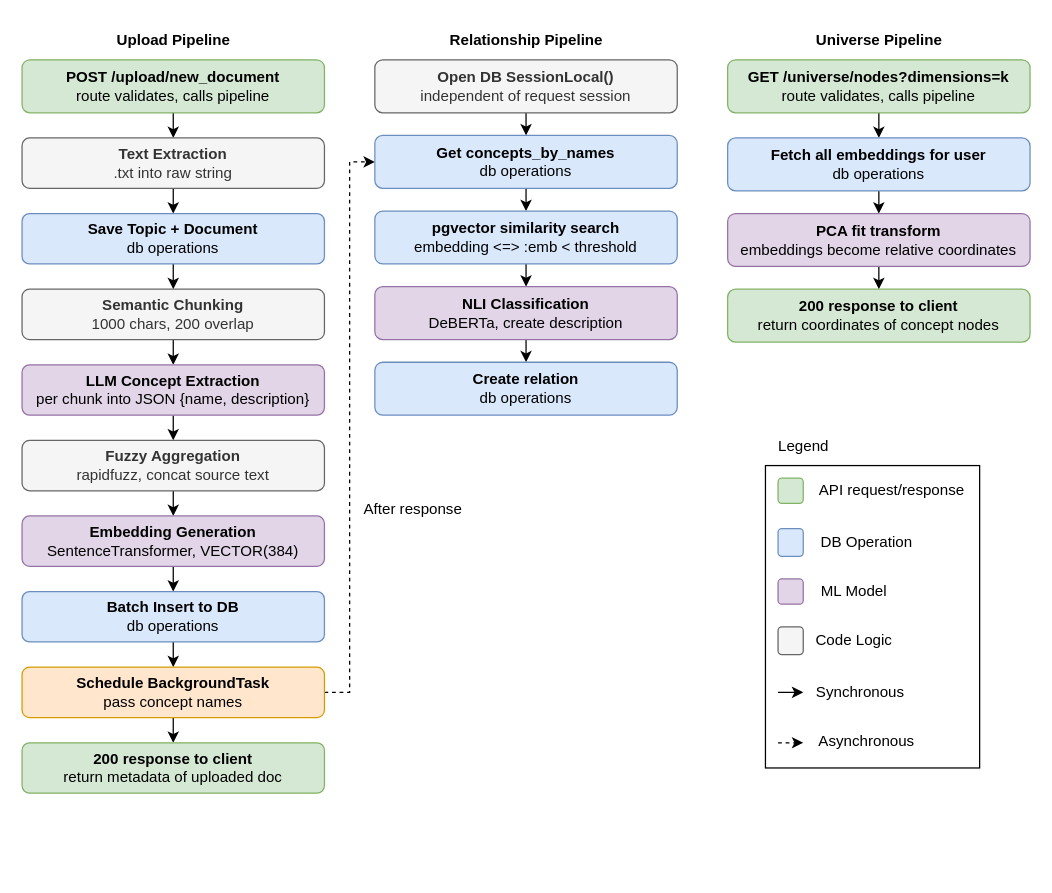
Before: misc/Backend Pipeline.drawio in gerardlke/Project-Onion, a draw.io diagram. Source tidied: cells renumbered, new cells numbered last; positions are measured from the earlier drawing's top-left corner, leaving out a move shared by most shapes. Both pictures are drawn from the tidied source at 126%, with x=0, y=0 at pixel (21, 21).
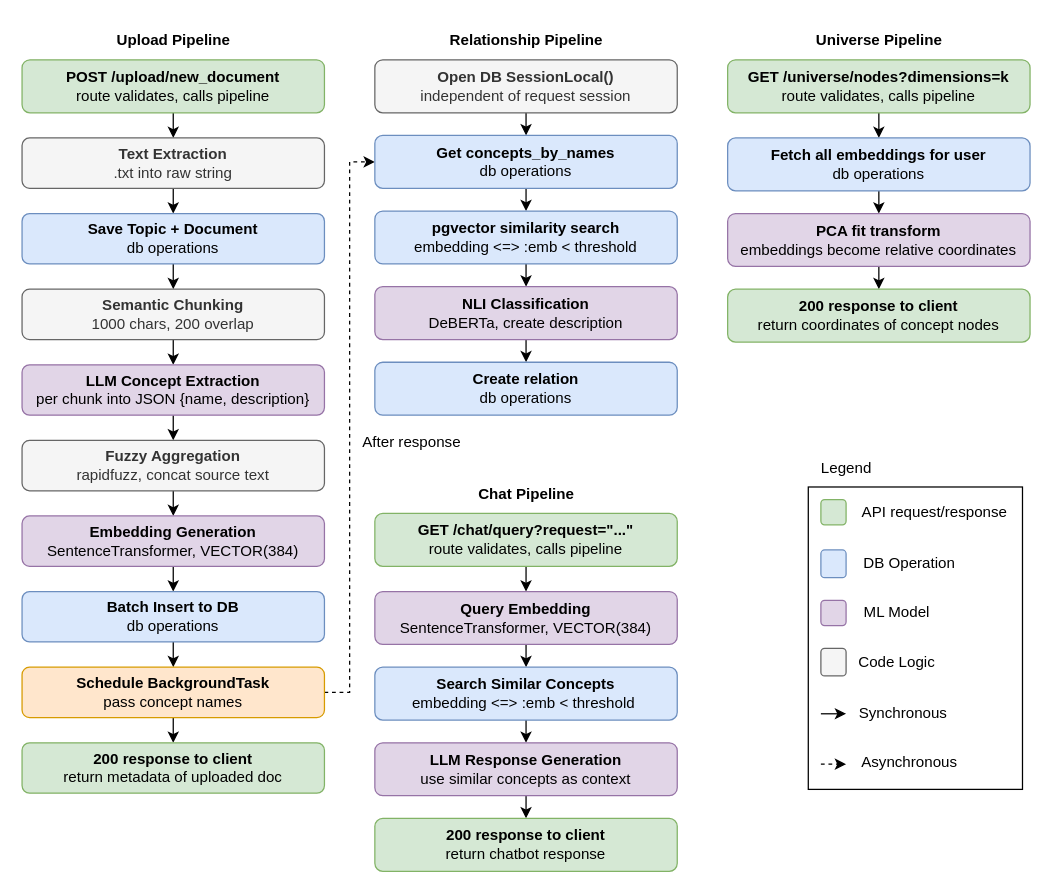
The same page after the edit.

Change to the diagram source:
```diff
@@
     <mxCell id="41" value="After response" style="text;html=1;align=center;verticalAlign=middle;strokeColor=none;fillColor=none;" parent="1" vertex="1">
-      <mxGeometry x="260" y="372" width="100" height="30" as="geometry" />
+      <mxGeometry x="259" y="319" width="100" height="30" as="geometry" />
     </mxCell>
     <mxCell id="42" style="group;" parent="1" vertex="1">
-      <mxGeometry x="590" y="352" width="170" height="240" as="geometry" />
+      <mxGeometry x="624" y="369" width="170" height="240" as="geometry" />
     </mxCell>
@@
     <mxCell id="56" value="Legend" style="text;html=1;align=center;verticalAlign=middle;strokeColor=none;fillColor=none;" parent="1" vertex="1">
-      <mxGeometry x="590" y="322" width="60" height="30" as="geometry" />
+      <mxGeometry x="624" y="339" width="60" height="30" as="geometry" />
     </mxCell>
+    <mxCell id="57" style="edgeStyle=orthogonalEdgeStyle;rounded=0;jettySize=auto;html=1;exitX=0.5;exitY=1;exitDx=0;exitDy=0;entryX=0.5;entryY=0;entryDx=0;entryDy=0;" parent="1" edge="1" source="58" target="61">
+      <mxGeometry relative="1" as="geometry" />
+    </mxCell>
+    <mxCell id="58" value="&lt;b&gt;GET /chat/query?request=&quot;...&quot;&lt;/b&gt;&lt;br&gt;route validates, calls pipeline" style="rounded=1;whiteSpace=wrap;html=1;fillColor=#d5e8d4;strokeColor=#82b366;" parent="1" vertex="1">
+      <mxGeometry x="280" y="390" width="240" height="42" as="geometry" />
+    </mxCell>
+    <mxCell id="59" value="&lt;b&gt;Chat Pipeline&lt;/b&gt;" style="text;html=1;align=center;verticalAlign=middle;strokeColor=none;fillColor=none;" parent="1" vertex="1">
+      <mxGeometry x="353" y="362" width="94" height="26" as="geometry" />
+    </mxCell>
+    <mxCell id="60" style="edgeStyle=orthogonalEdgeStyle;rounded=0;jettySize=auto;html=1;exitX=0.5;exitY=1;exitDx=0;exitDy=0;entryX=0.5;entryY=0;entryDx=0;entryDy=0;" parent="1" edge="1" source="61" target="63">
+      <mxGeometry relative="1" as="geometry" />
+    </mxCell>
+    <mxCell id="61" value="&lt;b&gt;Query Embedding&lt;/b&gt;&lt;br&gt;&lt;div&gt;SentenceTransformer, VECTOR(384)&lt;/div&gt;" style="rounded=1;whiteSpace=wrap;html=1;fillColor=#e1d5e7;strokeColor=#9673a6;" parent="1" vertex="1">
+      <mxGeometry x="280" y="452" width="240" height="42" as="geometry" />
+    </mxCell>
+    <mxCell id="62" style="edgeStyle=orthogonalEdgeStyle;rounded=0;jettySize=auto;html=1;exitX=0.5;exitY=1;exitDx=0;exitDy=0;entryX=0.5;entryY=0;entryDx=0;entryDy=0;" parent="1" edge="1" source="63" target="65">
+      <mxGeometry relative="1" as="geometry" />
+    </mxCell>
+    <mxCell id="63" value="&lt;b&gt;Search Similar Concepts&lt;/b&gt;&lt;br&gt;embedding &amp;lt;=&amp;gt; :emb &amp;lt; threshold&amp;nbsp;" style="rounded=1;whiteSpace=wrap;html=1;fillColor=#dae8fc;strokeColor=#6c8ebf;" parent="1" vertex="1">
+      <mxGeometry x="280" y="512" width="240" height="42" as="geometry" />
+    </mxCell>
+    <mxCell id="64" style="edgeStyle=orthogonalEdgeStyle;rounded=0;jettySize=auto;html=1;exitX=0.5;exitY=1;exitDx=0;exitDy=0;entryX=0.5;entryY=0;entryDx=0;entryDy=0;" parent="1" edge="1" source="65" target="66">
+      <mxGeometry relative="1" as="geometry" />
+    </mxCell>
+    <mxCell id="65" value="&lt;b&gt;LLM Response Generation&lt;/b&gt;&lt;br&gt;use similar concepts as context" style="rounded=1;whiteSpace=wrap;html=1;fillColor=#e1d5e7;strokeColor=#9673a6;" parent="1" vertex="1">
+      <mxGeometry x="280" y="572" width="240" height="42" as="geometry" />
+    </mxCell>
+    <mxCell id="66" value="&lt;b&gt;200 response to client&lt;/b&gt;&lt;br&gt;return chatbot response" style="rounded=1;whiteSpace=wrap;html=1;fillColor=#d5e8d4;strokeColor=#82b366;" parent="1" vertex="1">
+      <mxGeometry x="280" y="632" width="240" height="42" as="geometry" />
+    </mxCell>
```
